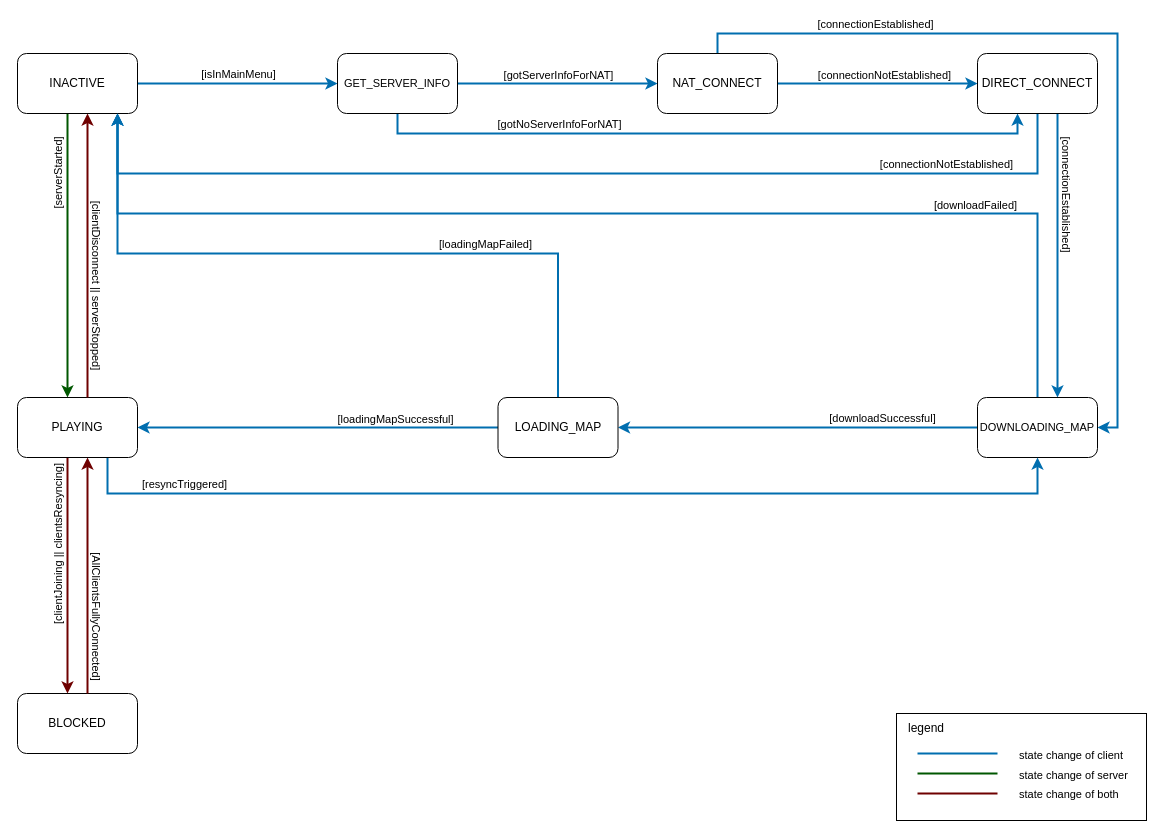
This is docs/State_Machine.drawio from CitiesSkylinesMultiplayer/CS2M, a draw.io file, before an edit. Source tidied: cells renumbered, new cells numbered last; positions are measured from the earlier drawing's top-left corner, leaving out a move shared by most shapes. Both pictures are drawn from the tidied source at 100%, with x=0, y=0 at pixel (17, 33).
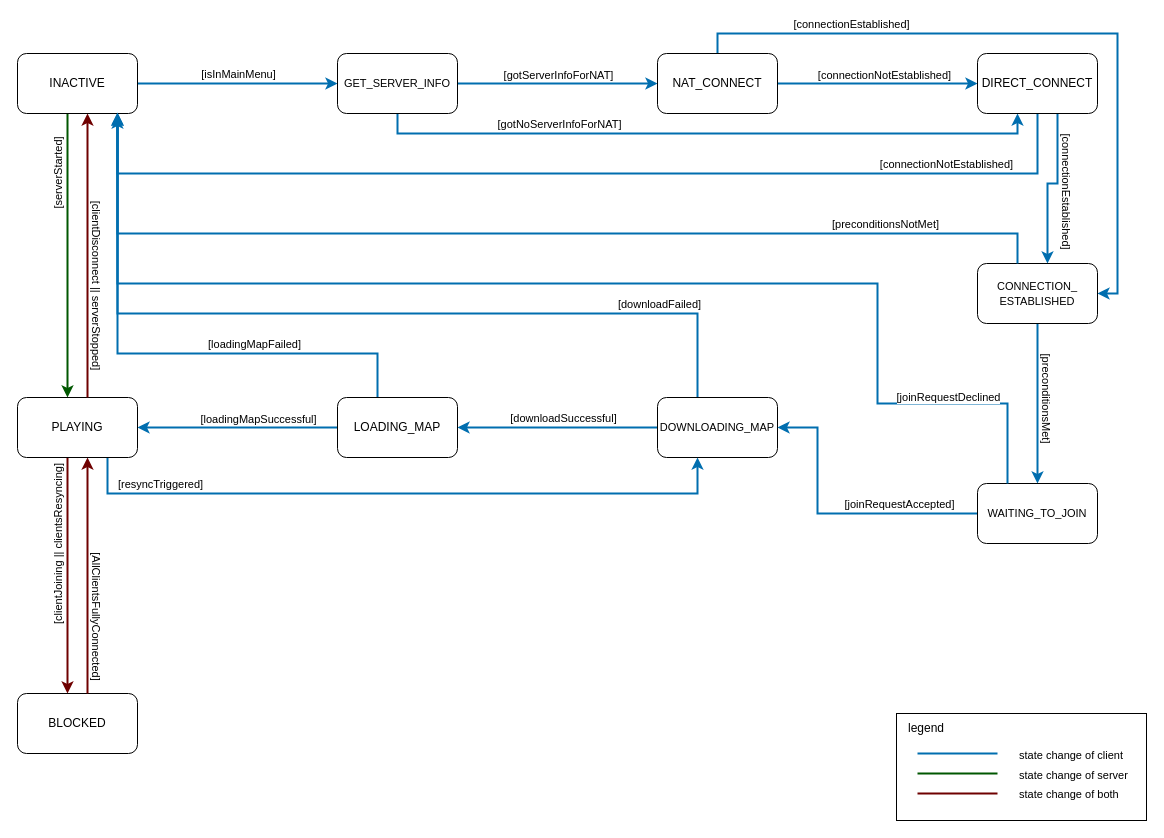
The same diagram, later.

Unchanged cells that the change refers to:
```xml
<mxCell id="7" value="INACTIVE" style="rounded=1;whiteSpace=wrap;html=1;" parent="1" vertex="1">
  <mxGeometry y="20" width="120" height="60" as="geometry" />
</mxCell>
<mxCell id="17" value="NAT_CONNECT" style="whiteSpace=wrap;html=1;rounded=1;" parent="1" vertex="1">
  <mxGeometry x="640" y="20" width="120" height="60" as="geometry" />
</mxCell>
<mxCell id="22" value="DIRECT_CONNECT" style="whiteSpace=wrap;html=1;rounded=1;" parent="1" vertex="1">
  <mxGeometry x="960" y="20" width="120" height="60" as="geometry" />
</mxCell>
<mxCell id="23" style="edgeStyle=orthogonalEdgeStyle;rounded=0;jettySize=auto;html=1;fillColor=#1ba1e2;strokeColor=#006EAF;strokeWidth=2;" parent="1" edge="1" source="27" target="32">
  <mxGeometry relative="1" as="geometry" />
</mxCell>
<mxCell id="37" value="PLAYING" style="whiteSpace=wrap;html=1;rounded=1;" parent="1" vertex="1">
  <mxGeometry y="364" width="120" height="60" as="geometry" />
</mxCell>
```

What changed in the source:
```diff
@@
-    <mxCell id="15" style="edgeStyle=orthogonalEdgeStyle;rounded=0;jettySize=auto;html=1;fillColor=#1ba1e2;strokeColor=#006EAF;strokeWidth=2;" parent="1" edge="1" source="17" target="27">
+    <mxCell id="15" style="edgeStyle=orthogonalEdgeStyle;rounded=0;jettySize=auto;html=1;fillColor=#1ba1e2;strokeColor=#006EAF;strokeWidth=2;entryX=1;entryY=0.5;entryDx=0;entryDy=0;" parent="1" edge="1" source="17" target="52">
       <mxGeometry relative="1" as="geometry">
         <Array as="points">
           <mxPoint x="700" />
           <mxPoint x="1100" />
-          <mxPoint x="1100" y="394" />
+          <mxPoint x="1100" y="260" />
         </Array>
       </mxGeometry>
     </mxCell>
@@
-    <mxCell id="18" style="edgeStyle=orthogonalEdgeStyle;rounded=0;jettySize=auto;html=1;fillColor=#1ba1e2;strokeColor=#006EAF;strokeWidth=2;" parent="1" edge="1" source="22" target="27">
+    <mxCell id="18" style="edgeStyle=orthogonalEdgeStyle;rounded=0;jettySize=auto;html=1;fillColor=#1ba1e2;strokeColor=#006EAF;strokeWidth=2;" parent="1" edge="1" source="22" target="52">
       <mxGeometry relative="1" as="geometry">
         <Array as="points">
-          <mxPoint x="1040" y="220" />
-          <mxPoint x="1040" y="220" />
+          <mxPoint x="1040" y="150" />
+          <mxPoint x="1030" y="150" />
         </Array>
       </mxGeometry>
     </mxCell>
     <mxCell id="19" value="[connectionEstablished]" style="edgeLabel;html=1;align=center;verticalAlign=middle;rotation=90;" parent="18" vertex="1">
       <mxGeometry x="-0.66" y="-3" relative="1" as="geometry">
-        <mxPoint x="13" y="32" as="offset" />
+        <mxPoint x="13" y="50" as="offset" />
       </mxGeometry>
     </mxCell>
@@
     <mxCell id="24" value="[downloadSuccessful]" style="edgeLabel;html=1;align=center;verticalAlign=middle;" parent="23" vertex="1">
       <mxGeometry x="-0.55" y="2" relative="1" as="geometry">
-        <mxPoint x="-15" y="-12" as="offset" />
+        <mxPoint x="-50" y="-12" as="offset" />
       </mxGeometry>
     </mxCell>
     <mxCell id="25" style="edgeStyle=orthogonalEdgeStyle;rounded=0;jettySize=auto;html=1;fillColor=#1ba1e2;strokeColor=#006EAF;strokeWidth=2;" parent="1" edge="1" source="27" target="7">
       <mxGeometry relative="1" as="geometry">
         <Array as="points">
-          <mxPoint x="1020" y="180" />
-          <mxPoint x="100" y="180" />
+          <mxPoint x="680" y="280" />
+          <mxPoint x="100" y="280" />
         </Array>
       </mxGeometry>
     </mxCell>
     <mxCell id="26" value="[downloadFailed]" style="edgeLabel;html=1;align=center;verticalAlign=middle;" parent="25" vertex="1">
       <mxGeometry x="-0.66" y="1" relative="1" as="geometry">
-        <mxPoint x="-42" y="-10" as="offset" />
+        <mxPoint x="24" y="-11" as="offset" />
       </mxGeometry>
     </mxCell>
     <mxCell id="27" value="&lt;font style=&quot;font-size: 11px;&quot;&gt;DOWNLOADING_MAP&lt;/font&gt;" style="whiteSpace=wrap;html=1;rounded=1;" parent="1" vertex="1">
-      <mxGeometry x="960" y="364" width="120" height="60" as="geometry" />
+      <mxGeometry x="640" y="364" width="120" height="60" as="geometry" />
     </mxCell>
@@
     <mxCell id="30" style="edgeStyle=orthogonalEdgeStyle;rounded=0;jettySize=auto;html=1;fillColor=#1ba1e2;strokeColor=#006EAF;strokeWidth=2;" parent="1" edge="1" source="32" target="7">
       <mxGeometry relative="1" as="geometry">
         <Array as="points">
-          <mxPoint x="541" y="220" />
-          <mxPoint x="100" y="220" />
+          <mxPoint x="360" y="320" />
+          <mxPoint x="100" y="320" />
         </Array>
       </mxGeometry>
     </mxCell>
@@
     <mxCell id="32" value="LOADING_MAP" style="whiteSpace=wrap;html=1;rounded=1;" parent="1" vertex="1">
-      <mxGeometry x="480.5" y="364" width="120" height="60" as="geometry" />
+      <mxGeometry x="320" y="364" width="120" height="60" as="geometry" />
     </mxCell>
     <mxCell id="33" style="edgeStyle=orthogonalEdgeStyle;rounded=0;jettySize=auto;html=1;fillColor=#1ba1e2;strokeColor=#006EAF;strokeWidth=2;" parent="1" edge="1" source="37" target="27">
       <mxGeometry relative="1" as="geometry">
         <Array as="points">
           <mxPoint x="90" y="460" />
-          <mxPoint x="1020" y="460" />
+          <mxPoint x="680" y="460" />
         </Array>
       </mxGeometry>
     </mxCell>
@@
+    <mxCell id="50" style="edgeStyle=orthogonalEdgeStyle;rounded=0;jettySize=auto;html=1;exitX=0.5;exitY=1;exitDx=0;exitDy=0;entryX=0.5;entryY=0;entryDx=0;entryDy=0;fillColor=#1ba1e2;strokeColor=#006EAF;strokeWidth=2;" parent="1" edge="1" source="52" target="55">
+      <mxGeometry relative="1" as="geometry" />
+    </mxCell>
+    <mxCell id="51" value="[preconditionsMet]" style="edgeLabel;html=1;align=center;verticalAlign=middle;rotation=90;" parent="50" vertex="1">
+      <mxGeometry x="0.51" y="1" relative="1" as="geometry">
+        <mxPoint x="9" y="-47" as="offset" />
+      </mxGeometry>
+    </mxCell>
+    <mxCell id="52" value="&lt;font style=&quot;font-size: 11px;&quot;&gt;CONNECTION_&lt;/font&gt;&lt;div&gt;&lt;font style=&quot;font-size: 11px;&quot;&gt;ESTABLISHED&lt;/font&gt;&lt;/div&gt;" style="whiteSpace=wrap;html=1;rounded=1;" parent="1" vertex="1">
+      <mxGeometry x="960" y="230" width="120" height="60" as="geometry" />
+    </mxCell>
+    <mxCell id="53" style="edgeStyle=orthogonalEdgeStyle;rounded=0;jettySize=auto;html=1;entryX=1;entryY=0.5;entryDx=0;entryDy=0;fillColor=#1ba1e2;strokeColor=#006EAF;strokeWidth=2;" parent="1" edge="1" source="55" target="27">
+      <mxGeometry relative="1" as="geometry">
+        <Array as="points">
+          <mxPoint x="800" y="480" />
+          <mxPoint x="800" y="394" />
+        </Array>
+      </mxGeometry>
+    </mxCell>
+    <mxCell id="54" value="[joinRequestAccepted]" style="edgeLabel;html=1;align=center;verticalAlign=middle;" parent="53" vertex="1">
+      <mxGeometry x="0.08" y="4" relative="1" as="geometry">
+        <mxPoint x="75" y="-14" as="offset" />
+      </mxGeometry>
+    </mxCell>
+    <mxCell id="55" value="&lt;span style=&quot;font-size: 11px;&quot;&gt;WAITING_TO_JOIN&lt;/span&gt;" style="whiteSpace=wrap;html=1;rounded=1;" parent="1" vertex="1">
+      <mxGeometry x="960" y="450" width="120" height="60" as="geometry" />
+    </mxCell>
+    <mxCell id="56" style="edgeStyle=orthogonalEdgeStyle;rounded=0;jettySize=auto;html=1;entryX=0.833;entryY=0.983;entryDx=0;entryDy=0;entryPerimeter=0;fillColor=#1ba1e2;strokeColor=#006EAF;strokeWidth=2;" parent="1" edge="1" source="52" target="7">
+      <mxGeometry relative="1" as="geometry">
+        <Array as="points">
+          <mxPoint x="1000" y="200" />
+          <mxPoint x="100" y="200" />
+        </Array>
+      </mxGeometry>
+    </mxCell>
+    <mxCell id="57" value="[preconditionsNotMet]" style="edgeLabel;html=1;align=center;verticalAlign=middle;" parent="56" vertex="1">
+      <mxGeometry x="-0.69" relative="1" as="geometry">
+        <mxPoint y="-10" as="offset" />
+      </mxGeometry>
+    </mxCell>
+    <mxCell id="58" style="edgeStyle=orthogonalEdgeStyle;rounded=0;jettySize=auto;html=1;exitX=0.25;exitY=0;exitDx=0;exitDy=0;entryX=0.833;entryY=1.05;entryDx=0;entryDy=0;entryPerimeter=0;fillColor=#1ba1e2;strokeColor=#006EAF;strokeWidth=2;" parent="1" edge="1" source="55" target="7">
+      <mxGeometry relative="1" as="geometry">
+        <Array as="points">
+          <mxPoint x="990" y="370" />
+          <mxPoint x="860" y="370" />
+          <mxPoint x="860" y="250" />
+          <mxPoint x="100" y="250" />
+        </Array>
+      </mxGeometry>
+    </mxCell>
+    <mxCell id="59" value="[joinRequestDeclined" style="edgeLabel;html=1;align=center;verticalAlign=middle;" parent="58" vertex="1">
+      <mxGeometry x="-0.6" y="2" relative="1" as="geometry">
+        <mxPoint x="72" y="34" as="offset" />
+      </mxGeometry>
+    </mxCell>
```
